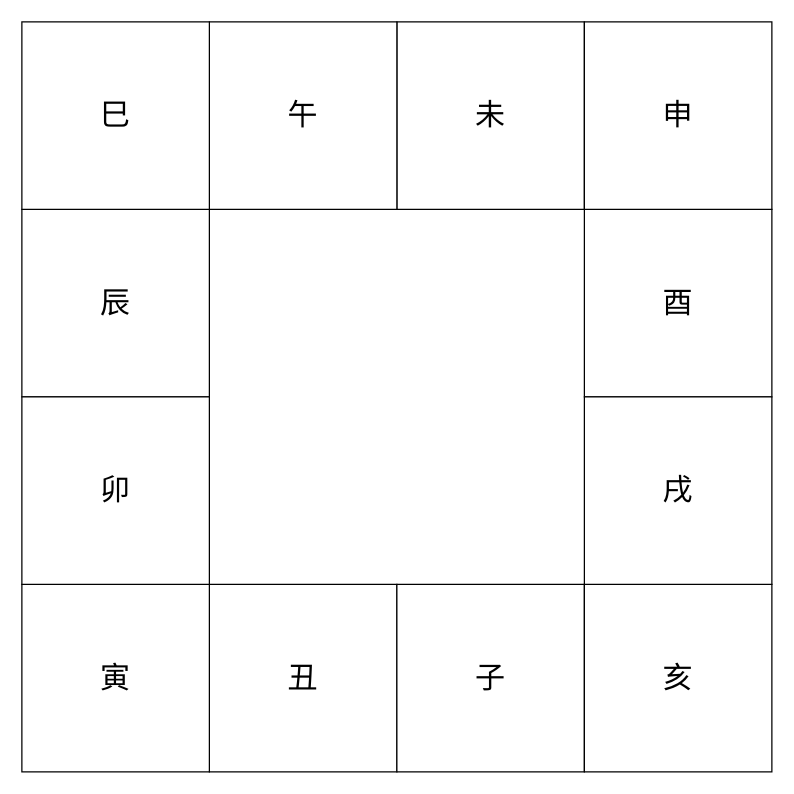
Hunter-Lam/resources keeps this draw.io diagram as 十二宮.drawio. Above is the earlier version. Source tidied: cells renumbered, new cells numbered last; positions are measured from the earlier drawing's top-left corner, leaving out a move shared by most shapes. Both pictures are drawn from the tidied source at 125%, with x=0, y=0 at pixel (21, 21).
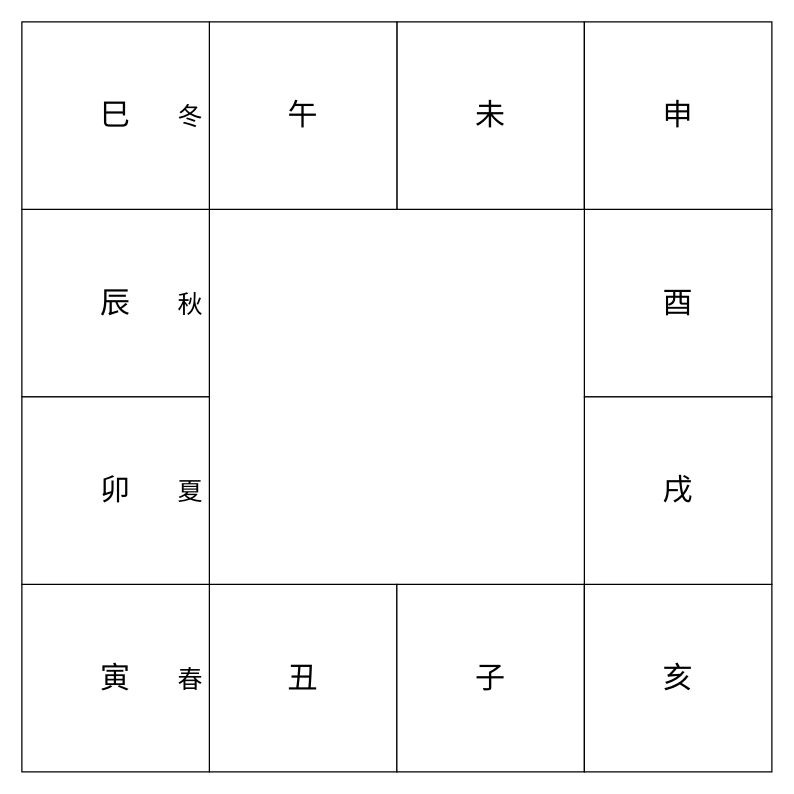
The same diagram, later.

What changed in the source:
```diff
@@
 <mxGraphModel>
   <root>
     <mxCell id="0" />
     <mxCell id="1" parent="0" />
     <mxCell id="2" value="丑" style="whiteSpace=wrap;html=1;fontSize=24;" parent="1" vertex="1">
       <mxGeometry x="150" y="450" width="150" height="150" as="geometry" />
     </mxCell>
     <mxCell id="3" value="酉" style="whiteSpace=wrap;html=1;fontSize=24;" parent="1" vertex="1">
       <mxGeometry x="450" y="150" width="150" height="150" as="geometry" />
     </mxCell>
     <mxCell id="4" value="辰" style="whiteSpace=wrap;html=1;fontSize=24;" parent="1" vertex="1">
       <mxGeometry y="150" width="150" height="150" as="geometry" />
     </mxCell>
     <mxCell id="5" value="子" style="whiteSpace=wrap;html=1;fontSize=24;" parent="1" vertex="1">
       <mxGeometry x="300" y="450" width="150" height="150" as="geometry" />
     </mxCell>
     <mxCell id="6" value="亥" style="whiteSpace=wrap;html=1;fontSize=24;" parent="1" vertex="1">
       <mxGeometry x="450" y="450" width="150" height="150" as="geometry" />
     </mxCell>
     <mxCell id="7" value="寅" style="whiteSpace=wrap;html=1;fontSize=24;" parent="1" vertex="1">
       <mxGeometry y="450" width="150" height="150" as="geometry" />
     </mxCell>
     <mxCell id="8" value="未" style="whiteSpace=wrap;html=1;fontSize=24;" parent="1" vertex="1">
       <mxGeometry x="300" width="150" height="150" as="geometry" />
     </mxCell>
     <mxCell id="9" value="申" style="whiteSpace=wrap;html=1;fontSize=24;" parent="1" vertex="1">
       <mxGeometry x="450" width="150" height="150" as="geometry" />
     </mxCell>
     <mxCell id="10" value="午" style="whiteSpace=wrap;html=1;fontSize=24;" parent="1" vertex="1">
       <mxGeometry x="150" width="150" height="150" as="geometry" />
     </mxCell>
     <mxCell id="11" value="巳" style="whiteSpace=wrap;html=1;fontSize=24;" parent="1" vertex="1">
       <mxGeometry width="150" height="150" as="geometry" />
     </mxCell>
     <mxCell id="12" value="戌" style="whiteSpace=wrap;html=1;fontSize=24;" parent="1" vertex="1">
       <mxGeometry x="450" y="300" width="150" height="150" as="geometry" />
     </mxCell>
     <mxCell id="13" value="卯" style="whiteSpace=wrap;html=1;fontSize=24;" parent="1" vertex="1">
       <mxGeometry y="300" width="150" height="150" as="geometry" />
     </mxCell>
+    <mxCell id="14" value="&lt;span style=&quot;font-size: 20px;&quot;&gt;春&lt;/span&gt;" style="text;html=1;align=center;verticalAlign=middle;whiteSpace=wrap;rounded=0;" parent="1" vertex="1">
+      <mxGeometry x="120" y="510" width="30" height="30" as="geometry" />
+    </mxCell>
+    <mxCell id="15" value="&lt;span style=&quot;font-size: 20px;&quot;&gt;夏&lt;/span&gt;" style="text;html=1;align=center;verticalAlign=middle;whiteSpace=wrap;rounded=0;" parent="1" vertex="1">
+      <mxGeometry x="120" y="360" width="30" height="30" as="geometry" />
+    </mxCell>
+    <mxCell id="16" value="&lt;span style=&quot;font-size: 20px;&quot;&gt;秋&lt;/span&gt;" style="text;html=1;align=center;verticalAlign=middle;whiteSpace=wrap;rounded=0;" parent="1" vertex="1">
+      <mxGeometry x="120" y="210" width="30" height="30" as="geometry" />
+    </mxCell>
+    <mxCell id="17" value="&lt;span style=&quot;font-size: 20px;&quot;&gt;冬&lt;/span&gt;" style="text;html=1;align=center;verticalAlign=middle;whiteSpace=wrap;rounded=0;" parent="1" vertex="1">
+      <mxGeometry x="120" y="60" width="30" height="30" as="geometry" />
+    </mxCell>
   </root>
 </mxGraphModel>
```
